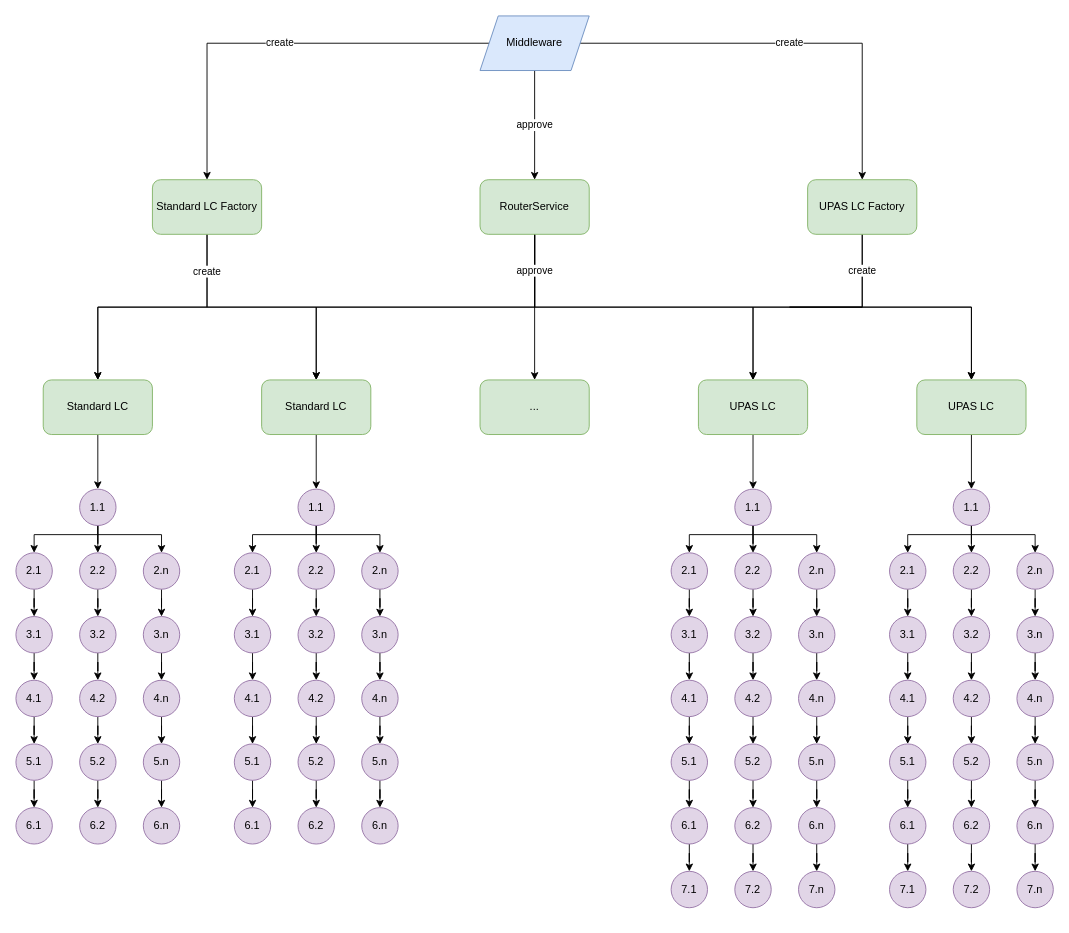
The draw.io diagram page "Page-1" (1 of 6) of LC-smart-contracts.drawio in gdotcat/diagram, before the edit. Source tidied: cells renumbered, new cells numbered last; positions are measured from the earlier drawing's top-left corner, leaving out a move shared by most shapes. Both pictures are drawn from the tidied source at 91%, with x=0, y=0 at pixel (15, 15).
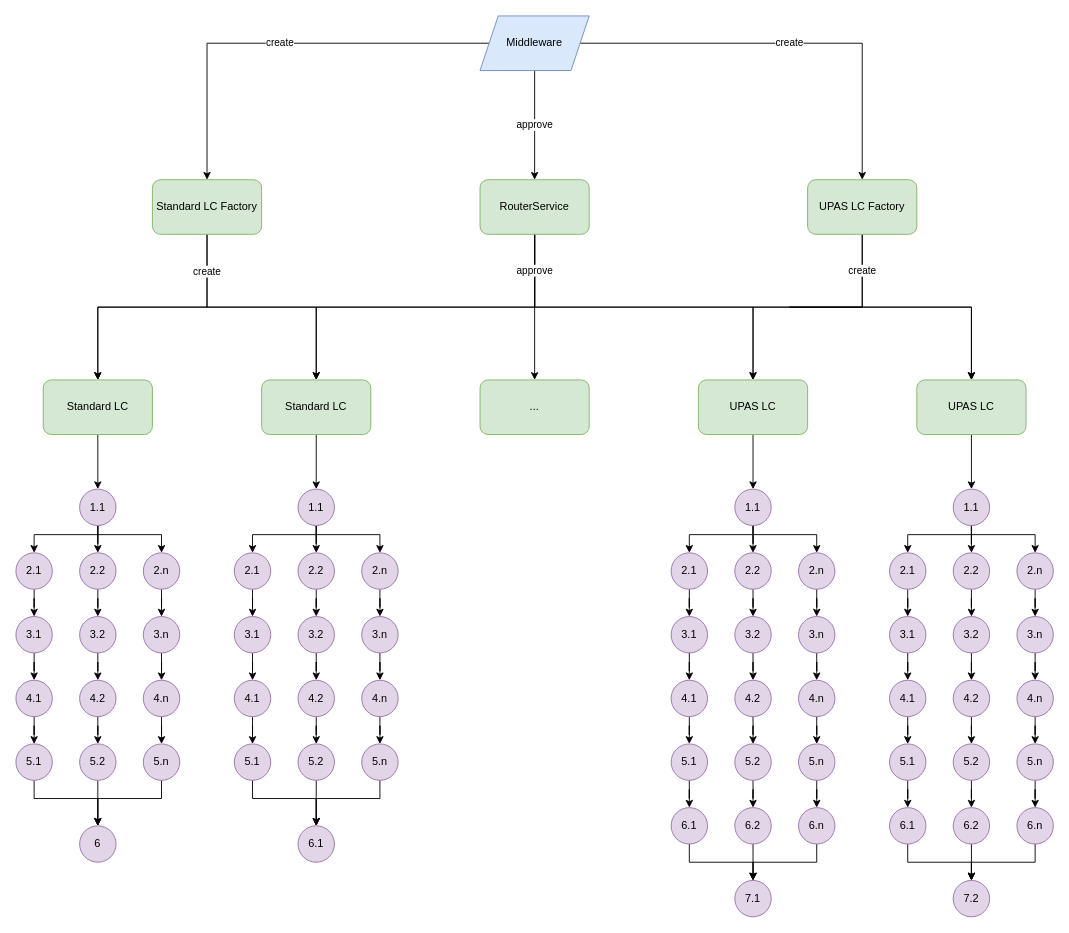
After the change.

The change refers to these unchanged cells:
```xml
<mxCell id="116" value="5.1" style="ellipse;whiteSpace=wrap;html=1;fillColor=#e1d5e7;strokeColor=#9673a6;" parent="1" vertex="1">
  <mxGeometry y="800" width="40" height="40" as="geometry" />
</mxCell>
<mxCell id="118" value="5.n" style="ellipse;whiteSpace=wrap;html=1;fillColor=#e1d5e7;strokeColor=#9673a6;" parent="1" vertex="1">
  <mxGeometry x="140" y="800" width="40" height="40" as="geometry" />
</mxCell>
<mxCell id="120" value="5.2" style="ellipse;whiteSpace=wrap;html=1;fillColor=#e1d5e7;strokeColor=#9673a6;" parent="1" vertex="1">
  <mxGeometry x="70" y="800" width="40" height="40" as="geometry" />
</mxCell>
<mxCell id="125" value="5.1" style="ellipse;whiteSpace=wrap;html=1;fillColor=#e1d5e7;strokeColor=#9673a6;" parent="1" vertex="1">
  <mxGeometry x="240" y="800" width="40" height="40" as="geometry" />
</mxCell>
<mxCell id="127" value="5.n" style="ellipse;whiteSpace=wrap;html=1;fillColor=#e1d5e7;strokeColor=#9673a6;" parent="1" vertex="1">
  <mxGeometry x="380" y="800" width="40" height="40" as="geometry" />
</mxCell>
<mxCell id="129" value="5.2" style="ellipse;whiteSpace=wrap;html=1;fillColor=#e1d5e7;strokeColor=#9673a6;" parent="1" vertex="1">
  <mxGeometry x="310" y="800" width="40" height="40" as="geometry" />
</mxCell>
<mxCell id="140" value="6.1" style="ellipse;whiteSpace=wrap;html=1;fillColor=#e1d5e7;strokeColor=#9673a6;" parent="1" vertex="1">
  <mxGeometry x="720" y="870" width="40" height="40" as="geometry" />
</mxCell>
<mxCell id="142" value="6.n" style="ellipse;whiteSpace=wrap;html=1;fillColor=#e1d5e7;strokeColor=#9673a6;" parent="1" vertex="1">
  <mxGeometry x="860" y="870" width="40" height="40" as="geometry" />
</mxCell>
<mxCell id="144" value="6.2" style="ellipse;whiteSpace=wrap;html=1;fillColor=#e1d5e7;strokeColor=#9673a6;" parent="1" vertex="1">
  <mxGeometry x="790" y="870" width="40" height="40" as="geometry" />
</mxCell>
<mxCell id="152" value="6.1" style="ellipse;whiteSpace=wrap;html=1;fillColor=#e1d5e7;strokeColor=#9673a6;" parent="1" vertex="1">
  <mxGeometry x="960" y="870" width="40" height="40" as="geometry" />
</mxCell>
<mxCell id="154" value="6.n" style="ellipse;whiteSpace=wrap;html=1;fillColor=#e1d5e7;strokeColor=#9673a6;" parent="1" vertex="1">
  <mxGeometry x="1100" y="870" width="40" height="40" as="geometry" />
</mxCell>
```

Change to the diagram source:
```diff
@@
-    <mxCell id="115" style="edgeStyle=orthogonalEdgeStyle;rounded=0;jettySize=auto;html=1;strokeColor=#000000;" parent="1" edge="1" source="116" target="121">
-      <mxGeometry relative="1" as="geometry" />
+    <mxCell id="115" style="edgeStyle=orthogonalEdgeStyle;rounded=0;jettySize=auto;html=1;" parent="1" edge="1" source="116" target="121">
+      <mxGeometry relative="1" as="geometry">
+        <Array as="points">
+          <mxPoint x="20" y="860" />
+          <mxPoint x="90" y="860" />
+        </Array>
+      </mxGeometry>
     </mxCell>
@@
-    <mxCell id="117" style="edgeStyle=orthogonalEdgeStyle;rounded=0;jettySize=auto;html=1;strokeColor=#000000;" parent="1" edge="1" source="118" target="122">
-      <mxGeometry relative="1" as="geometry" />
-    </mxCell>
+    <mxCell id="163" style="edgeStyle=orthogonalEdgeStyle;rounded=0;jettySize=auto;html=1;" parent="1" edge="1" source="118" target="121">
+      <mxGeometry relative="1" as="geometry">
+        <Array as="points">
+          <mxPoint x="160" y="860" />
+          <mxPoint x="90" y="860" />
+        </Array>
+      </mxGeometry>
+    </mxCell>
@@
-    <mxCell id="119" style="edgeStyle=orthogonalEdgeStyle;rounded=0;jettySize=auto;html=1;entryX=0.5;entryY=0;entryDx=0;entryDy=0;strokeColor=#000000;" parent="1" edge="1" source="120" target="123">
-      <mxGeometry relative="1" as="geometry" />
-    </mxCell>
+    <mxCell id="164" style="edgeStyle=orthogonalEdgeStyle;rounded=0;jettySize=auto;html=1;entryX=0.5;entryY=0;entryDx=0;entryDy=0;" parent="1" edge="1" source="120" target="121">
+      <mxGeometry relative="1" as="geometry" />
+    </mxCell>
@@
-    <mxCell id="121" value="6.1" style="ellipse;whiteSpace=wrap;html=1;fillColor=#e1d5e7;strokeColor=#9673a6;" parent="1" vertex="1">
-      <mxGeometry y="870" width="40" height="40" as="geometry" />
+    <mxCell id="121" value="6" style="ellipse;whiteSpace=wrap;html=1;fillColor=#e1d5e7;strokeColor=#9673a6;" parent="1" vertex="1">
+      <mxGeometry x="70" y="890" width="40" height="40" as="geometry" />
     </mxCell>
-    <mxCell id="122" value="6.n" style="ellipse;whiteSpace=wrap;html=1;fillColor=#e1d5e7;strokeColor=#9673a6;" parent="1" vertex="1">
-      <mxGeometry x="140" y="870" width="40" height="40" as="geometry" />
-    </mxCell>
-    <mxCell id="123" value="6.2" style="ellipse;whiteSpace=wrap;html=1;fillColor=#e1d5e7;strokeColor=#9673a6;" parent="1" vertex="1">
-      <mxGeometry x="70" y="870" width="40" height="40" as="geometry" />
-    </mxCell>
-    <mxCell id="124" style="edgeStyle=orthogonalEdgeStyle;rounded=0;jettySize=auto;html=1;strokeColor=#000000;" parent="1" edge="1" source="125" target="130">
-      <mxGeometry relative="1" as="geometry" />
+    <mxCell id="124" style="edgeStyle=orthogonalEdgeStyle;rounded=0;jettySize=auto;html=1;" parent="1" edge="1" source="125" target="130">
+      <mxGeometry relative="1" as="geometry">
+        <Array as="points">
+          <mxPoint x="260" y="860" />
+          <mxPoint x="330" y="860" />
+        </Array>
+      </mxGeometry>
     </mxCell>
@@
-    <mxCell id="126" style="edgeStyle=orthogonalEdgeStyle;rounded=0;jettySize=auto;html=1;strokeColor=#000000;" parent="1" edge="1" source="127" target="131">
-      <mxGeometry relative="1" as="geometry" />
-    </mxCell>
+    <mxCell id="165" style="edgeStyle=orthogonalEdgeStyle;rounded=0;jettySize=auto;html=1;" parent="1" edge="1" source="127" target="130">
+      <mxGeometry relative="1" as="geometry">
+        <Array as="points">
+          <mxPoint x="400" y="860" />
+          <mxPoint x="330" y="860" />
+        </Array>
+      </mxGeometry>
+    </mxCell>
@@
-    <mxCell id="128" style="edgeStyle=orthogonalEdgeStyle;rounded=0;jettySize=auto;html=1;entryX=0.5;entryY=0;entryDx=0;entryDy=0;strokeColor=#000000;" parent="1" edge="1" source="129" target="132">
-      <mxGeometry relative="1" as="geometry" />
-    </mxCell>
+    <mxCell id="166" style="edgeStyle=orthogonalEdgeStyle;rounded=0;jettySize=auto;html=1;" parent="1" edge="1" source="129" target="130">
+      <mxGeometry relative="1" as="geometry" />
+    </mxCell>
@@
     <mxCell id="130" value="6.1" style="ellipse;whiteSpace=wrap;html=1;fillColor=#e1d5e7;strokeColor=#9673a6;" parent="1" vertex="1">
-      <mxGeometry x="240" y="870" width="40" height="40" as="geometry" />
+      <mxGeometry x="310" y="890" width="40" height="40" as="geometry" />
     </mxCell>
-    <mxCell id="131" value="6.n" style="ellipse;whiteSpace=wrap;html=1;fillColor=#e1d5e7;strokeColor=#9673a6;" parent="1" vertex="1">
-      <mxGeometry x="380" y="870" width="40" height="40" as="geometry" />
-    </mxCell>
-    <mxCell id="132" value="6.2" style="ellipse;whiteSpace=wrap;html=1;fillColor=#e1d5e7;strokeColor=#9673a6;" parent="1" vertex="1">
-      <mxGeometry x="310" y="870" width="40" height="40" as="geometry" />
-    </mxCell>
@@
     <mxCell id="139" style="edgeStyle=orthogonalEdgeStyle;rounded=0;jettySize=auto;html=1;entryX=0.5;entryY=0;entryDx=0;entryDy=0;strokeColor=#000000;" parent="1" edge="1" source="140" target="157">
-      <mxGeometry relative="1" as="geometry" />
+      <mxGeometry relative="1" as="geometry">
+        <Array as="points">
+          <mxPoint x="740" y="930" />
+          <mxPoint x="810" y="930" />
+        </Array>
+      </mxGeometry>
     </mxCell>
@@
-    <mxCell id="141" style="edgeStyle=orthogonalEdgeStyle;rounded=0;jettySize=auto;html=1;entryX=0.5;entryY=0;entryDx=0;entryDy=0;strokeColor=#000000;" parent="1" edge="1" source="142" target="158">
-      <mxGeometry relative="1" as="geometry" />
-    </mxCell>
+    <mxCell id="167" style="edgeStyle=orthogonalEdgeStyle;rounded=0;jettySize=auto;html=1;" parent="1" edge="1" source="142" target="157">
+      <mxGeometry relative="1" as="geometry">
+        <Array as="points">
+          <mxPoint x="880" y="930" />
+          <mxPoint x="810" y="930" />
+        </Array>
+      </mxGeometry>
+    </mxCell>
@@
-    <mxCell id="143" style="edgeStyle=orthogonalEdgeStyle;rounded=0;jettySize=auto;html=1;entryX=0.5;entryY=0;entryDx=0;entryDy=0;strokeColor=#000000;" parent="1" edge="1" source="144" target="159">
-      <mxGeometry relative="1" as="geometry" />
-    </mxCell>
+    <mxCell id="168" style="edgeStyle=orthogonalEdgeStyle;rounded=0;jettySize=auto;html=1;" parent="1" edge="1" source="144" target="157">
+      <mxGeometry relative="1" as="geometry" />
+    </mxCell>
@@
-    <mxCell id="151" style="edgeStyle=orthogonalEdgeStyle;rounded=0;jettySize=auto;html=1;entryX=0.5;entryY=0;entryDx=0;entryDy=0;strokeColor=#000000;" parent="1" edge="1" source="152" target="160">
-      <mxGeometry relative="1" as="geometry" />
-    </mxCell>
+    <mxCell id="169" style="edgeStyle=orthogonalEdgeStyle;rounded=0;jettySize=auto;html=1;entryX=0.5;entryY=0;entryDx=0;entryDy=0;" parent="1" edge="1" source="152" target="162">
+      <mxGeometry relative="1" as="geometry">
+        <Array as="points">
+          <mxPoint x="980" y="930" />
+          <mxPoint x="1050" y="930" />
+        </Array>
+      </mxGeometry>
+    </mxCell>
@@
-    <mxCell id="153" style="edgeStyle=orthogonalEdgeStyle;rounded=0;jettySize=auto;html=1;strokeColor=#000000;" parent="1" edge="1" source="154" target="161">
-      <mxGeometry relative="1" as="geometry" />
-    </mxCell>
+    <mxCell id="170" style="edgeStyle=orthogonalEdgeStyle;rounded=0;jettySize=auto;html=1;" parent="1" edge="1" source="154" target="162">
+      <mxGeometry relative="1" as="geometry">
+        <Array as="points">
+          <mxPoint x="1120" y="930" />
+          <mxPoint x="1050" y="930" />
+        </Array>
+      </mxGeometry>
+    </mxCell>
@@
     <mxCell id="157" value="7.1" style="ellipse;whiteSpace=wrap;html=1;fillColor=#e1d5e7;strokeColor=#9673a6;" parent="1" vertex="1">
-      <mxGeometry x="720" y="940" width="40" height="40" as="geometry" />
+      <mxGeometry x="790" y="950" width="40" height="40" as="geometry" />
     </mxCell>
-    <mxCell id="158" value="7.n" style="ellipse;whiteSpace=wrap;html=1;fillColor=#e1d5e7;strokeColor=#9673a6;" parent="1" vertex="1">
-      <mxGeometry x="860" y="940" width="40" height="40" as="geometry" />
-    </mxCell>
-    <mxCell id="159" value="7.2" style="ellipse;whiteSpace=wrap;html=1;fillColor=#e1d5e7;strokeColor=#9673a6;" parent="1" vertex="1">
-      <mxGeometry x="790" y="940" width="40" height="40" as="geometry" />
-    </mxCell>
-    <mxCell id="160" value="7.1" style="ellipse;whiteSpace=wrap;html=1;fillColor=#e1d5e7;strokeColor=#9673a6;" parent="1" vertex="1">
-      <mxGeometry x="960" y="940" width="40" height="40" as="geometry" />
-    </mxCell>
-    <mxCell id="161" value="7.n" style="ellipse;whiteSpace=wrap;html=1;fillColor=#e1d5e7;strokeColor=#9673a6;" parent="1" vertex="1">
-      <mxGeometry x="1100" y="940" width="40" height="40" as="geometry" />
-    </mxCell>
     <mxCell id="162" value="7.2" style="ellipse;whiteSpace=wrap;html=1;fillColor=#e1d5e7;strokeColor=#9673a6;" parent="1" vertex="1">
-      <mxGeometry x="1030" y="940" width="40" height="40" as="geometry" />
+      <mxGeometry x="1030" y="950" width="40" height="40" as="geometry" />
     </mxCell>
```
